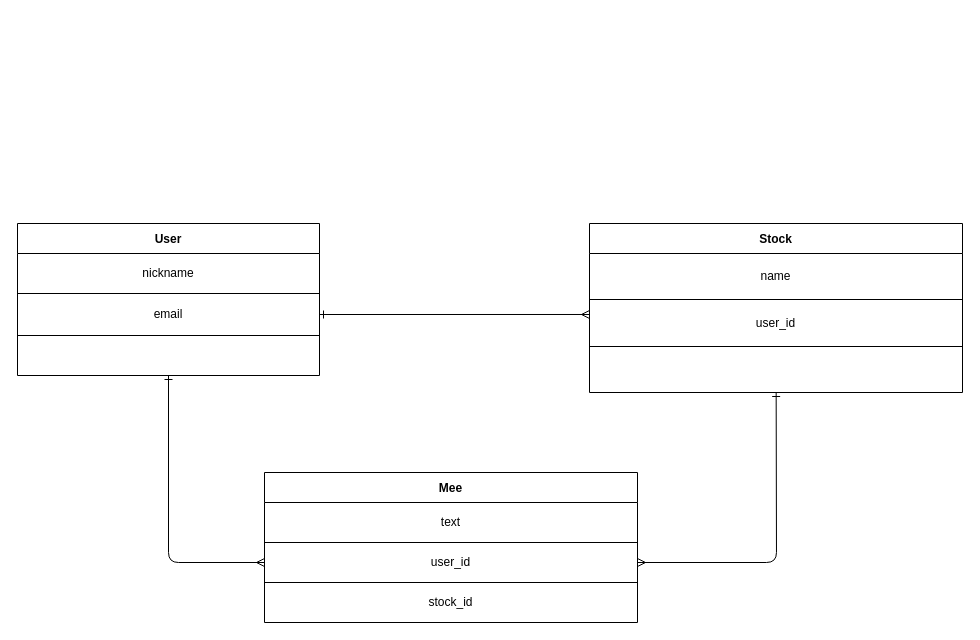
Above: er.dio in kijima-line/stome (draw.io), before the change. Source tidied: cells renumbered, new cells numbered last; positions are measured from the earlier drawing's top-left corner, leaving out a move shared by most shapes. Both pictures are drawn from the tidied source at 100%, with x=0, y=0 at pixel (17, 223).
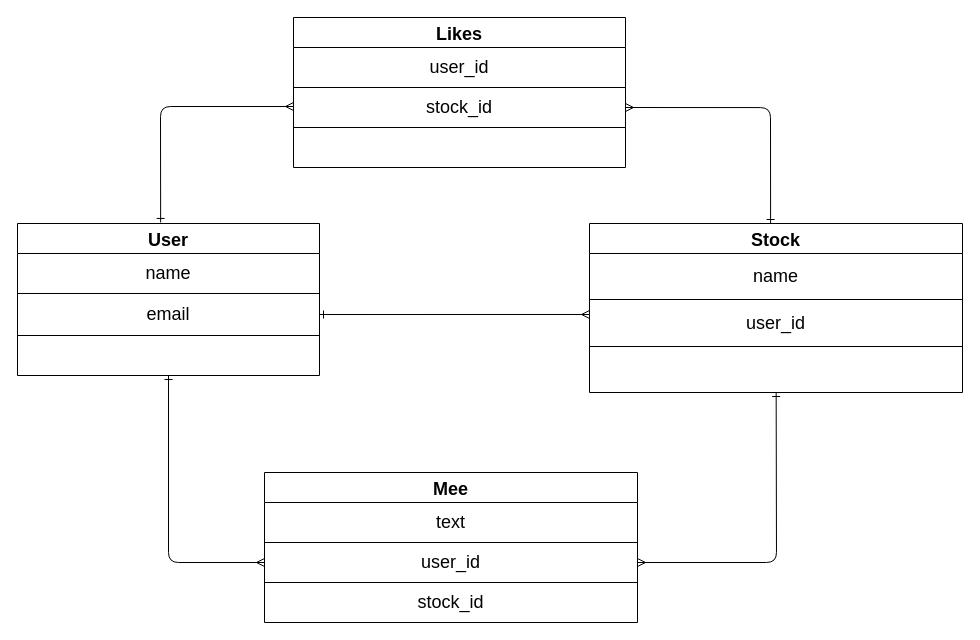
After the change.

The edit, as a diff of the source:
```diff
@@
-    <mxCell id="2" style="edgeStyle=none;html=1;entryX=0;entryY=0.5;entryDx=0;entryDy=0;fontColor=#000000;endArrow=ERmany;endFill=0;strokeColor=#000000;startArrow=ERone;startFill=0;" parent="1" edge="1" source="3" target="21">
+    <mxCell id="2" style="edgeStyle=none;html=1;entryX=0;entryY=0.5;entryDx=0;entryDy=0;fontColor=#000000;endArrow=ERmany;endFill=0;strokeColor=#000000;startArrow=ERone;startFill=0;fontSize=18;" parent="1" edge="1" source="3" target="21">
       <mxGeometry relative="1" as="geometry">
         <Array as="points">
           <mxPoint x="151" y="339" />
         </Array>
       </mxGeometry>
     </mxCell>
-    <mxCell id="3" value="User" style="shape=table;startSize=30;childLayout=tableLayout;fontStyle=1;align=center;strokeColor=#000000;" parent="1" vertex="1">
+    <mxCell id="3" value="User" style="shape=table;startSize=30;childLayout=tableLayout;fontStyle=1;align=center;strokeColor=#000000;fontSize=18;" parent="1" vertex="1">
       <mxGeometry width="302" height="152" as="geometry" />
     </mxCell>
-    <mxCell id="4" style="shape=partialRectangle;html=1;whiteSpace=wrap;fillColor=none;top=0;left=0;bottom=0;right=0;" parent="3" vertex="1">
+    <mxCell id="4" style="shape=partialRectangle;html=1;whiteSpace=wrap;fillColor=none;top=0;left=0;bottom=0;right=0;fontSize=18;" parent="3" vertex="1">
       <mxGeometry y="30" width="302" height="40" as="geometry" />
     </mxCell>
-    <mxCell id="5" value="&lt;font color=&quot;#000000&quot;&gt;nickname&lt;/font&gt;" style="shape=partialRectangle;html=1;whiteSpace=wrap;fillColor=none;top=0;left=0;bottom=0;right=0;overflow=hidden;" parent="4" vertex="1">
+    <mxCell id="5" value="&lt;font color=&quot;#000000&quot; style=&quot;font-size: 18px&quot;&gt;name&lt;/font&gt;" style="shape=partialRectangle;html=1;whiteSpace=wrap;fillColor=none;top=0;left=0;bottom=0;right=0;overflow=hidden;fontSize=18;" parent="4" vertex="1">
       <mxGeometry width="302" height="40" as="geometry" />
     </mxCell>
-    <mxCell id="6" style="shape=partialRectangle;html=1;whiteSpace=wrap;fillColor=none;top=0;left=0;bottom=0;right=0;points=[[0,0.5],[1,0.5]];portConstraint=eastwest;" parent="3" vertex="1">
+    <mxCell id="6" style="shape=partialRectangle;html=1;whiteSpace=wrap;fillColor=none;top=0;left=0;bottom=0;right=0;points=[[0,0.5],[1,0.5]];portConstraint=eastwest;fontSize=18;" parent="3" vertex="1">
       <mxGeometry y="70" width="302" height="42" as="geometry" />
     </mxCell>
-    <mxCell id="7" value="&lt;font color=&quot;#000000&quot;&gt;email&lt;/font&gt;" style="shape=partialRectangle;html=1;whiteSpace=wrap;fillColor=none;top=0;left=0;bottom=0;right=0;overflow=hidden;" parent="6" vertex="1">
+    <mxCell id="7" value="&lt;font color=&quot;#000000&quot; style=&quot;font-size: 18px;&quot;&gt;email&lt;/font&gt;" style="shape=partialRectangle;html=1;whiteSpace=wrap;fillColor=none;top=0;left=0;bottom=0;right=0;overflow=hidden;fontSize=18;" parent="6" vertex="1">
       <mxGeometry width="302" height="42" as="geometry" />
     </mxCell>
-    <mxCell id="8" style="shape=partialRectangle;html=1;whiteSpace=wrap;fillColor=none;top=0;left=0;bottom=0;right=0;" parent="3" vertex="1">
+    <mxCell id="8" style="shape=partialRectangle;html=1;whiteSpace=wrap;fillColor=none;top=0;left=0;bottom=0;right=0;fontSize=18;" parent="3" vertex="1">
       <mxGeometry y="112" width="302" height="40" as="geometry" />
     </mxCell>
-    <mxCell id="9" style="shape=partialRectangle;html=1;whiteSpace=wrap;fillColor=none;top=0;left=0;bottom=0;right=0;overflow=hidden;" parent="8" vertex="1">
+    <mxCell id="9" style="shape=partialRectangle;html=1;whiteSpace=wrap;fillColor=none;top=0;left=0;bottom=0;right=0;overflow=hidden;fontSize=18;" parent="8" vertex="1">
       <mxGeometry width="302" height="40" as="geometry" />
     </mxCell>
-    <mxCell id="10" style="edgeStyle=none;html=1;entryX=1;entryY=0.5;entryDx=0;entryDy=0;fontColor=#000000;endArrow=ERmany;endFill=0;strokeColor=#000000;startArrow=ERone;startFill=0;" parent="1" edge="1" source="11" target="21">
+    <mxCell id="10" style="edgeStyle=none;html=1;entryX=1;entryY=0.5;entryDx=0;entryDy=0;fontColor=#000000;endArrow=ERmany;endFill=0;strokeColor=#000000;startArrow=ERone;startFill=0;fontSize=18;" parent="1" edge="1" source="11" target="21">
       <mxGeometry relative="1" as="geometry">
         <Array as="points">
           <mxPoint x="759" y="339" />
         </Array>
       </mxGeometry>
     </mxCell>
-    <mxCell id="11" value="Stock" style="shape=table;startSize=30;childLayout=tableLayout;fontStyle=1;align=center;strokeColor=#000000;" parent="1" vertex="1">
+    <mxCell id="11" value="Stock" style="shape=table;startSize=30;childLayout=tableLayout;fontStyle=1;align=center;strokeColor=#000000;fontSize=18;" parent="1" vertex="1">
       <mxGeometry x="572" width="373" height="169" as="geometry" />
     </mxCell>
-    <mxCell id="12" style="shape=partialRectangle;html=1;whiteSpace=wrap;fillColor=none;top=0;left=0;bottom=0;right=0;" parent="11" vertex="1">
+    <mxCell id="12" style="shape=partialRectangle;html=1;whiteSpace=wrap;fillColor=none;top=0;left=0;bottom=0;right=0;fontSize=18;" parent="11" vertex="1">
       <mxGeometry y="30" width="373" height="46" as="geometry" />
     </mxCell>
-    <mxCell id="13" value="&lt;font color=&quot;#000000&quot;&gt;name&lt;/font&gt;" style="shape=partialRectangle;html=1;whiteSpace=wrap;fillColor=none;top=0;left=0;bottom=0;right=0;overflow=hidden;" parent="12" vertex="1">
+    <mxCell id="13" value="&lt;font color=&quot;#000000&quot; style=&quot;font-size: 18px;&quot;&gt;name&lt;/font&gt;" style="shape=partialRectangle;html=1;whiteSpace=wrap;fillColor=none;top=0;left=0;bottom=0;right=0;overflow=hidden;fontSize=18;" parent="12" vertex="1">
       <mxGeometry width="373" height="46" as="geometry" />
     </mxCell>
-    <mxCell id="14" style="shape=partialRectangle;html=1;whiteSpace=wrap;fillColor=none;top=0;left=0;bottom=0;right=0;points=[[0,0.5],[1,0.5]];portConstraint=eastwest;" parent="11" vertex="1">
+    <mxCell id="14" style="shape=partialRectangle;html=1;whiteSpace=wrap;fillColor=none;top=0;left=0;bottom=0;right=0;points=[[0,0.5],[1,0.5]];portConstraint=eastwest;fontSize=18;" parent="11" vertex="1">
       <mxGeometry y="76" width="373" height="47" as="geometry" />
     </mxCell>
-    <mxCell id="15" value="&lt;font color=&quot;#000000&quot;&gt;user_id&lt;/font&gt;" style="shape=partialRectangle;html=1;whiteSpace=wrap;fillColor=none;top=0;left=0;bottom=0;right=0;overflow=hidden;" parent="14" vertex="1">
+    <mxCell id="15" value="&lt;font color=&quot;#000000&quot; style=&quot;font-size: 18px;&quot;&gt;user_id&lt;/font&gt;" style="shape=partialRectangle;html=1;whiteSpace=wrap;fillColor=none;top=0;left=0;bottom=0;right=0;overflow=hidden;fontSize=18;" parent="14" vertex="1">
       <mxGeometry width="373" height="47" as="geometry" />
     </mxCell>
-    <mxCell id="16" style="shape=partialRectangle;html=1;whiteSpace=wrap;fillColor=none;top=0;left=0;bottom=0;right=0;" parent="11" vertex="1">
+    <mxCell id="16" style="shape=partialRectangle;html=1;whiteSpace=wrap;fillColor=none;top=0;left=0;bottom=0;right=0;fontSize=18;" parent="11" vertex="1">
       <mxGeometry y="123" width="373" height="46" as="geometry" />
     </mxCell>
-    <mxCell id="17" style="shape=partialRectangle;html=1;whiteSpace=wrap;fillColor=none;top=0;left=0;bottom=0;right=0;overflow=hidden;" parent="16" vertex="1">
+    <mxCell id="17" style="shape=partialRectangle;html=1;whiteSpace=wrap;fillColor=none;top=0;left=0;bottom=0;right=0;overflow=hidden;fontSize=18;" parent="16" vertex="1">
       <mxGeometry width="373" height="46" as="geometry" />
     </mxCell>
-    <mxCell id="18" value="Mee" style="shape=table;startSize=30;childLayout=tableLayout;fontStyle=1;align=center;strokeColor=#000000;" parent="1" vertex="1">
+    <mxCell id="18" value="Mee" style="shape=table;startSize=30;childLayout=tableLayout;fontStyle=1;align=center;strokeColor=#000000;fontSize=18;" parent="1" vertex="1">
       <mxGeometry x="247" y="249" width="373" height="150" as="geometry" />
     </mxCell>
-    <mxCell id="19" style="shape=partialRectangle;html=1;whiteSpace=wrap;fillColor=none;top=0;left=0;bottom=0;right=0;" parent="18" vertex="1">
+    <mxCell id="19" style="shape=partialRectangle;html=1;whiteSpace=wrap;fillColor=none;top=0;left=0;bottom=0;right=0;fontSize=18;" parent="18" vertex="1">
       <mxGeometry y="30" width="373" height="40" as="geometry" />
     </mxCell>
-    <mxCell id="20" value="&lt;font color=&quot;#000000&quot;&gt;text&lt;/font&gt;" style="shape=partialRectangle;html=1;whiteSpace=wrap;fillColor=none;top=0;left=0;bottom=0;right=0;overflow=hidden;" parent="19" vertex="1">
+    <mxCell id="20" value="&lt;font color=&quot;#000000&quot; style=&quot;font-size: 18px;&quot;&gt;text&lt;/font&gt;" style="shape=partialRectangle;html=1;whiteSpace=wrap;fillColor=none;top=0;left=0;bottom=0;right=0;overflow=hidden;fontSize=18;" parent="19" vertex="1">
       <mxGeometry width="373" height="40" as="geometry" />
     </mxCell>
-    <mxCell id="21" style="shape=partialRectangle;html=1;whiteSpace=wrap;fillColor=none;top=0;left=0;bottom=0;right=0;points=[[0,0.5],[1,0.5]];portConstraint=eastwest;" parent="18" vertex="1">
+    <mxCell id="21" style="shape=partialRectangle;html=1;whiteSpace=wrap;fillColor=none;top=0;left=0;bottom=0;right=0;points=[[0,0.5],[1,0.5]];portConstraint=eastwest;fontSize=18;" parent="18" vertex="1">
       <mxGeometry y="70" width="373" height="40" as="geometry" />
     </mxCell>
-    <mxCell id="22" value="&lt;font color=&quot;#000000&quot;&gt;user_id&lt;/font&gt;" style="shape=partialRectangle;html=1;whiteSpace=wrap;fillColor=none;top=0;left=0;bottom=0;right=0;overflow=hidden;" parent="21" vertex="1">
+    <mxCell id="22" value="&lt;font color=&quot;#000000&quot; style=&quot;font-size: 18px;&quot;&gt;user_id&lt;/font&gt;" style="shape=partialRectangle;html=1;whiteSpace=wrap;fillColor=none;top=0;left=0;bottom=0;right=0;overflow=hidden;fontSize=18;" parent="21" vertex="1">
       <mxGeometry width="373" height="40" as="geometry" />
     </mxCell>
-    <mxCell id="23" style="shape=partialRectangle;html=1;whiteSpace=wrap;fillColor=none;top=0;left=0;bottom=0;right=0;" parent="18" vertex="1">
+    <mxCell id="23" style="shape=partialRectangle;html=1;whiteSpace=wrap;fillColor=none;top=0;left=0;bottom=0;right=0;fontSize=18;" parent="18" vertex="1">
       <mxGeometry y="110" width="373" height="40" as="geometry" />
     </mxCell>
-    <mxCell id="24" value="&lt;font color=&quot;#000000&quot;&gt;stock_id&lt;/font&gt;" style="shape=partialRectangle;html=1;whiteSpace=wrap;fillColor=none;top=0;left=0;bottom=0;right=0;overflow=hidden;" parent="23" vertex="1">
+    <mxCell id="24" value="&lt;font color=&quot;#000000&quot; style=&quot;font-size: 18px;&quot;&gt;stock_id&lt;/font&gt;" style="shape=partialRectangle;html=1;whiteSpace=wrap;fillColor=none;top=0;left=0;bottom=0;right=0;overflow=hidden;fontSize=18;" parent="23" vertex="1">
       <mxGeometry width="373" height="40" as="geometry" />
     </mxCell>
-    <mxCell id="25" style="edgeStyle=none;html=1;exitX=1;exitY=0.5;exitDx=0;exitDy=0;entryX=0;entryY=0.319;entryDx=0;entryDy=0;fontColor=#000000;endArrow=ERmany;endFill=0;strokeColor=#000000;entryPerimeter=0;startArrow=ERone;startFill=0;" parent="1" edge="1" source="6" target="14">
+    <mxCell id="25" style="edgeStyle=none;html=1;exitX=1;exitY=0.5;exitDx=0;exitDy=0;entryX=0;entryY=0.319;entryDx=0;entryDy=0;fontColor=#000000;endArrow=ERmany;endFill=0;strokeColor=#000000;entryPerimeter=0;startArrow=ERone;startFill=0;fontSize=18;" parent="1" edge="1" source="6" target="14">
       <mxGeometry relative="1" as="geometry" />
     </mxCell>
+    <mxCell id="26" value="Likes" style="shape=table;startSize=30;childLayout=tableLayout;fontStyle=1;align=center;strokeColor=#000000;fontSize=18;" parent="1" vertex="1">
+      <mxGeometry x="276" y="-206" width="332" height="150" as="geometry" />
+    </mxCell>
+    <mxCell id="27" style="shape=partialRectangle;html=1;whiteSpace=wrap;fillColor=none;top=0;left=0;bottom=0;right=0;fontSize=18;" parent="26" vertex="1">
+      <mxGeometry y="30" width="332" height="40" as="geometry" />
+    </mxCell>
+    <mxCell id="28" value="user_id" style="shape=partialRectangle;html=1;whiteSpace=wrap;fillColor=none;top=0;left=0;bottom=0;right=0;overflow=hidden;fontSize=18;fontColor=#000000;" parent="27" vertex="1">
+      <mxGeometry width="332" height="40" as="geometry" />
+    </mxCell>
+    <mxCell id="29" style="shape=partialRectangle;html=1;whiteSpace=wrap;fillColor=none;top=0;left=0;bottom=0;right=0;points=[[0,0.5],[1,0.5]];portConstraint=eastwest;fontSize=18;" parent="26" vertex="1">
+      <mxGeometry y="70" width="332" height="40" as="geometry" />
+    </mxCell>
+    <mxCell id="30" value="stock_id" style="shape=partialRectangle;html=1;whiteSpace=wrap;fillColor=none;top=0;left=0;bottom=0;right=0;overflow=hidden;fontSize=18;fontColor=#000000;" parent="29" vertex="1">
+      <mxGeometry width="332" height="40" as="geometry" />
+    </mxCell>
+    <mxCell id="31" style="shape=partialRectangle;html=1;whiteSpace=wrap;fillColor=none;top=0;left=0;bottom=0;right=0;fontSize=18;" parent="26" vertex="1">
+      <mxGeometry y="110" width="332" height="40" as="geometry" />
+    </mxCell>
+    <mxCell id="32" style="shape=partialRectangle;html=1;whiteSpace=wrap;fillColor=none;top=0;left=0;bottom=0;right=0;overflow=hidden;fontSize=18;fontColor=#000000;" parent="31" vertex="1">
+      <mxGeometry width="332" height="40" as="geometry" />
+    </mxCell>
+    <mxCell id="33" style="edgeStyle=none;html=1;entryX=0;entryY=0.319;entryDx=0;entryDy=0;fontColor=#000000;endArrow=ERmany;endFill=0;strokeColor=#000000;entryPerimeter=0;startArrow=ERone;startFill=0;fontSize=18;exitX=0.474;exitY=-0.007;exitDx=0;exitDy=0;exitPerimeter=0;" parent="1" edge="1" source="3">
+      <mxGeometry relative="1" as="geometry">
+        <mxPoint x="276" y="-117" as="targetPoint" />
+        <Array as="points">
+          <mxPoint x="143" y="-117" />
+        </Array>
+      </mxGeometry>
+    </mxCell>
+    <mxCell id="34" style="edgeStyle=none;html=1;entryX=1;entryY=0.5;entryDx=0;entryDy=0;fontColor=#000000;endArrow=ERmany;endFill=0;strokeColor=#000000;startArrow=ERone;startFill=0;fontSize=18;exitX=0.474;exitY=-0.007;exitDx=0;exitDy=0;exitPerimeter=0;" parent="1" edge="1" target="29">
+      <mxGeometry relative="1" as="geometry">
+        <mxPoint x="753.1" as="sourcePoint" />
+        <Array as="points">
+          <mxPoint x="753" y="-115.9" />
+        </Array>
+      </mxGeometry>
+    </mxCell>
```
